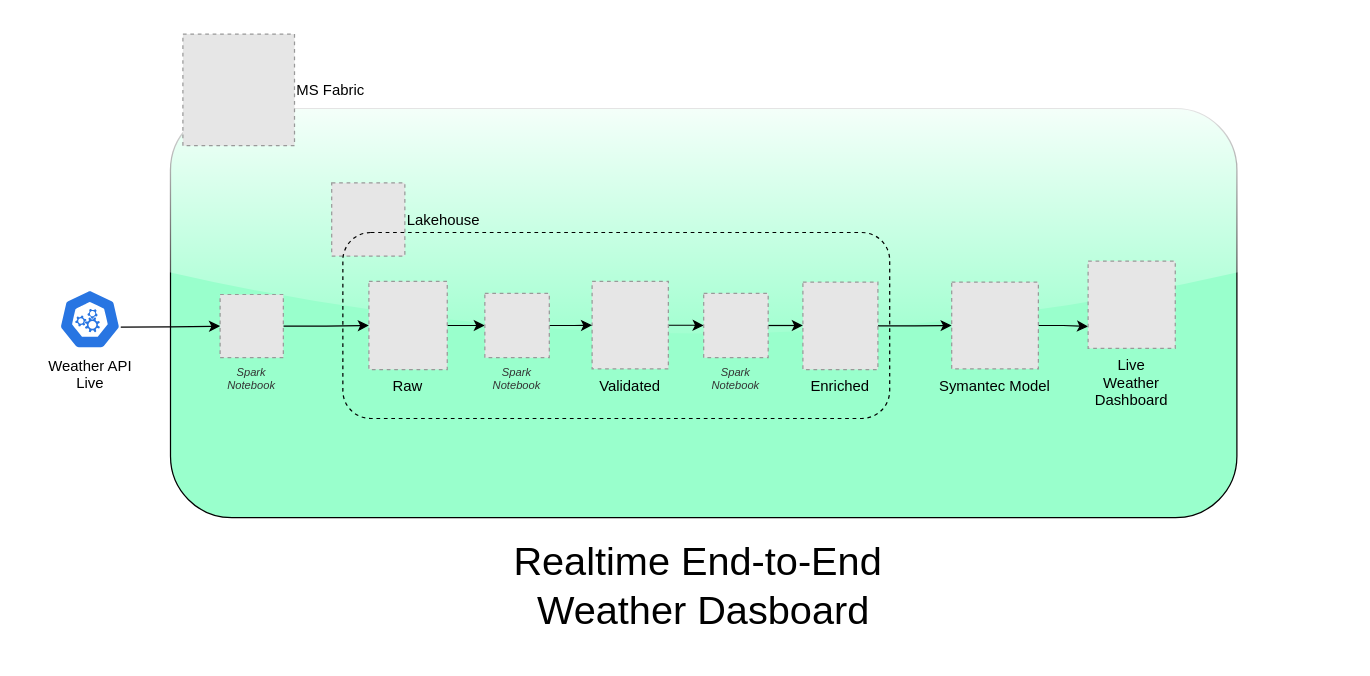
Above: live-weather/weather live.drawio in randyvelasco/Portfolio-Projects (draw.io), before the change. Source tidied: cells renumbered, new cells numbered last; positions are measured from the earlier drawing's top-left corner, leaving out a move shared by most shapes. Both pictures are drawn from the tidied source at 124%, with x=0, y=0 at pixel (58, 33). Pictures stored in the file or linked from it are replaced by grey dashed boxes.
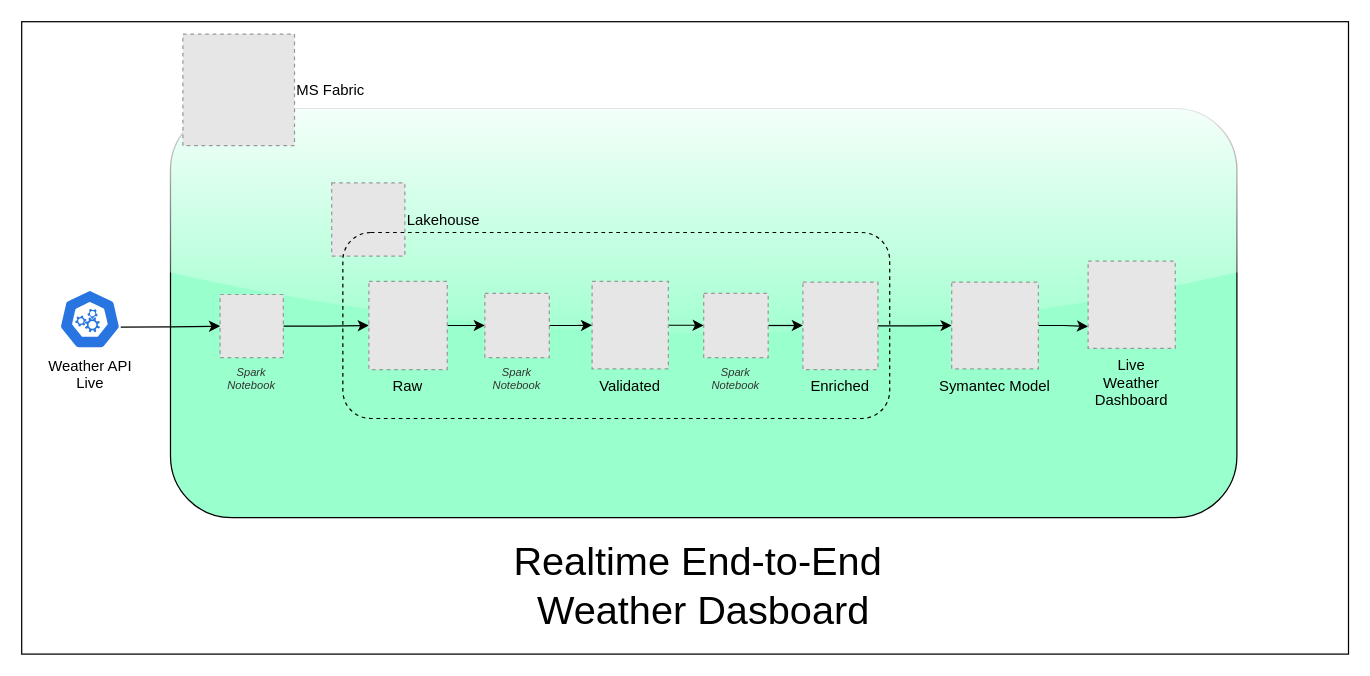
The same diagram, later.

The edit, as a diff of the source:
```diff
@@
+    <mxCell id="24" style="rounded=0;whiteSpace=wrap;html=1;" parent="1" vertex="1">
+      <mxGeometry x="-30" y="-10" width="1070" height="510" as="geometry" />
+    </mxCell>
```
